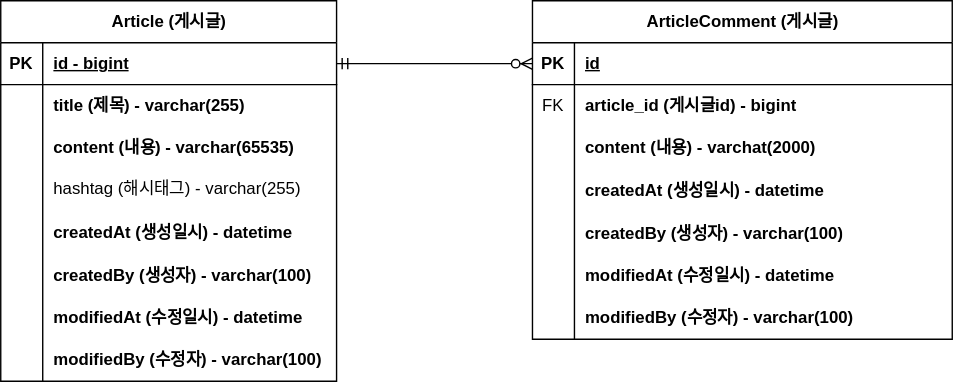
golden-hamster/hello-project-board keeps this draw.io diagram as document/project-board-erd.svg. Above is the earlier version. Source tidied: cells renumbered, new cells last; positions are measured from the earlier drawing's top-left corner, leaving out a move shared by most shapes.
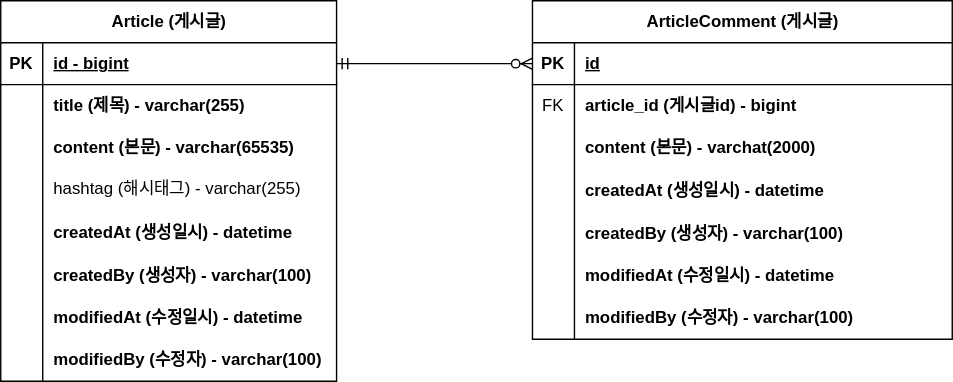
Later version of the same file.

Commit message:
#8 - ERD 주석 업데이트: project-board-erd.svg 업데이트

Change to the diagram source:
```diff
@@ -29,7 +29,7 @@
     <mxCell id="10" style="shape=partialRectangle;fillColor=none;top=0;left=0;bottom=0;right=0;overflow=hidden;whiteSpace=wrap;html=1;" parent="9" vertex="1">
       <mxGeometry width="30" height="30" as="geometry" />
     </mxCell>
-    <mxCell id="11" value="content (내용) - varchar(65535)" style="shape=partialRectangle;fillColor=none;top=0;left=0;bottom=0;right=0;align=left;spacingLeft=6;overflow=hidden;whiteSpace=wrap;html=1;fontStyle=1;" parent="9" vertex="1">
+    <mxCell id="11" value="content (본문) - varchar(65535)" style="shape=partialRectangle;fillColor=none;top=0;left=0;bottom=0;right=0;align=left;spacingLeft=6;overflow=hidden;whiteSpace=wrap;html=1;fontStyle=1;" parent="9" vertex="1">
       <mxGeometry x="30" width="210" height="30" as="geometry" />
     </mxCell>
     <mxCell id="12" style="shape=tableRow;horizontal=0;startSize=0;swimlaneHead=0;swimlaneBody=0;fillColor=none;top=0;left=0;right=0;bottom=0;" parent="2" vertex="1">
@@ -104,7 +104,7 @@
     <mxCell id="35" style="shape=partialRectangle;fillColor=none;top=0;left=0;bottom=0;right=0;overflow=hidden;whiteSpace=wrap;html=1;" parent="34" vertex="1">
       <mxGeometry width="30" height="30" as="geometry" />
     </mxCell>
-    <mxCell id="36" value="content (내용) - varchat(2000)" style="shape=partialRectangle;fillColor=none;top=0;left=0;bottom=0;right=0;align=left;spacingLeft=6;overflow=hidden;whiteSpace=wrap;html=1;fontStyle=1;" parent="34" vertex="1">
+    <mxCell id="36" value="content (본문) - varchat(2000)" style="shape=partialRectangle;fillColor=none;top=0;left=0;bottom=0;right=0;align=left;spacingLeft=6;overflow=hidden;whiteSpace=wrap;html=1;fontStyle=1;" parent="34" vertex="1">
       <mxGeometry x="30" width="270" height="30" as="geometry" />
     </mxCell>
     <mxCell id="37" style="shape=tableRow;horizontal=0;startSize=0;swimlaneHead=0;swimlaneBody=0;fillColor=none;top=0;left=0;right=0;bottom=0;" parent="27" vertex="1">
```
